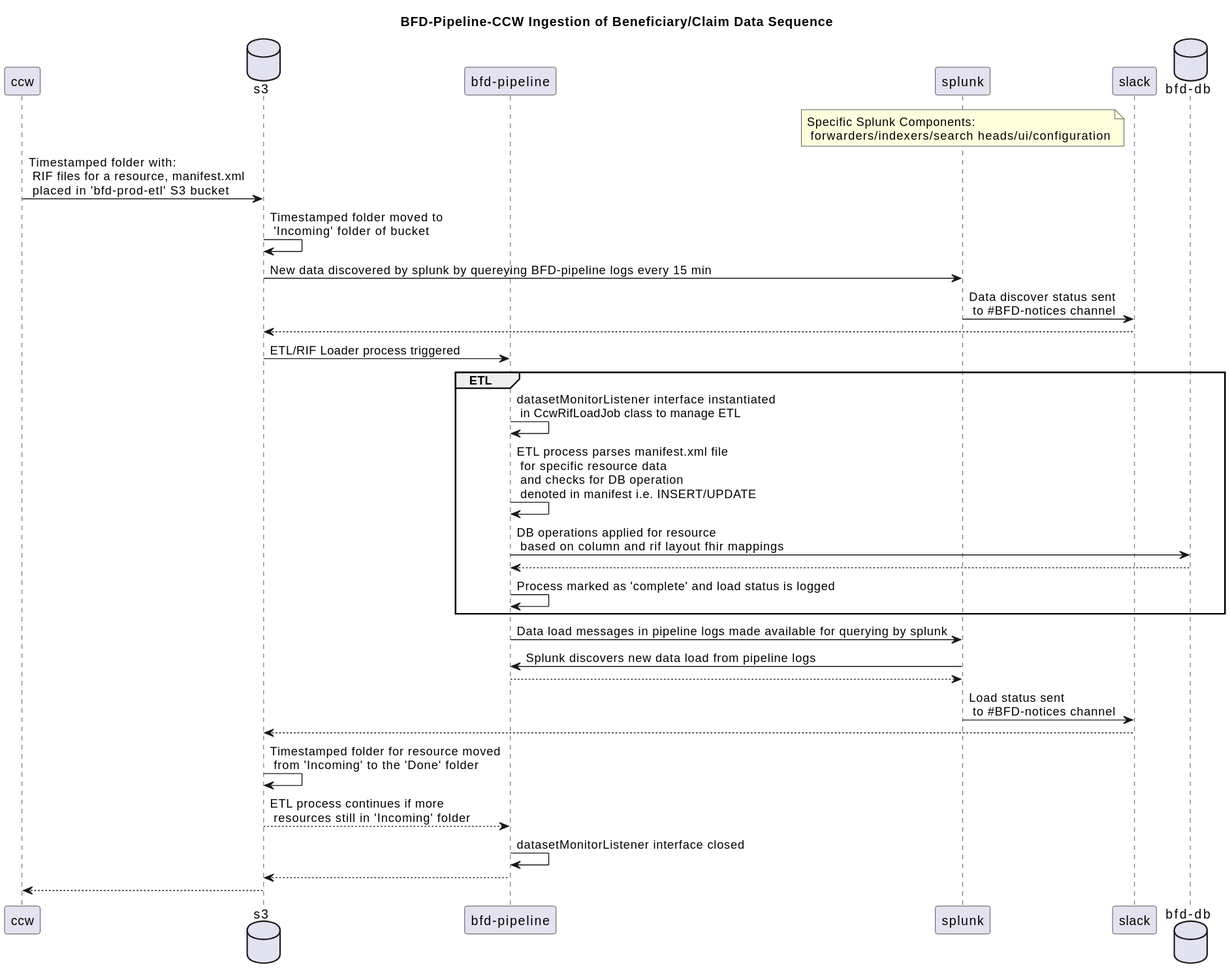
Earlier version of the PlantUML export docs/assets/fhir-resource-ingestion-digestion-diagrams/bfd-pipeline-ccw-ingestion.svg (CMSgov/beneficiary-fhir-data).
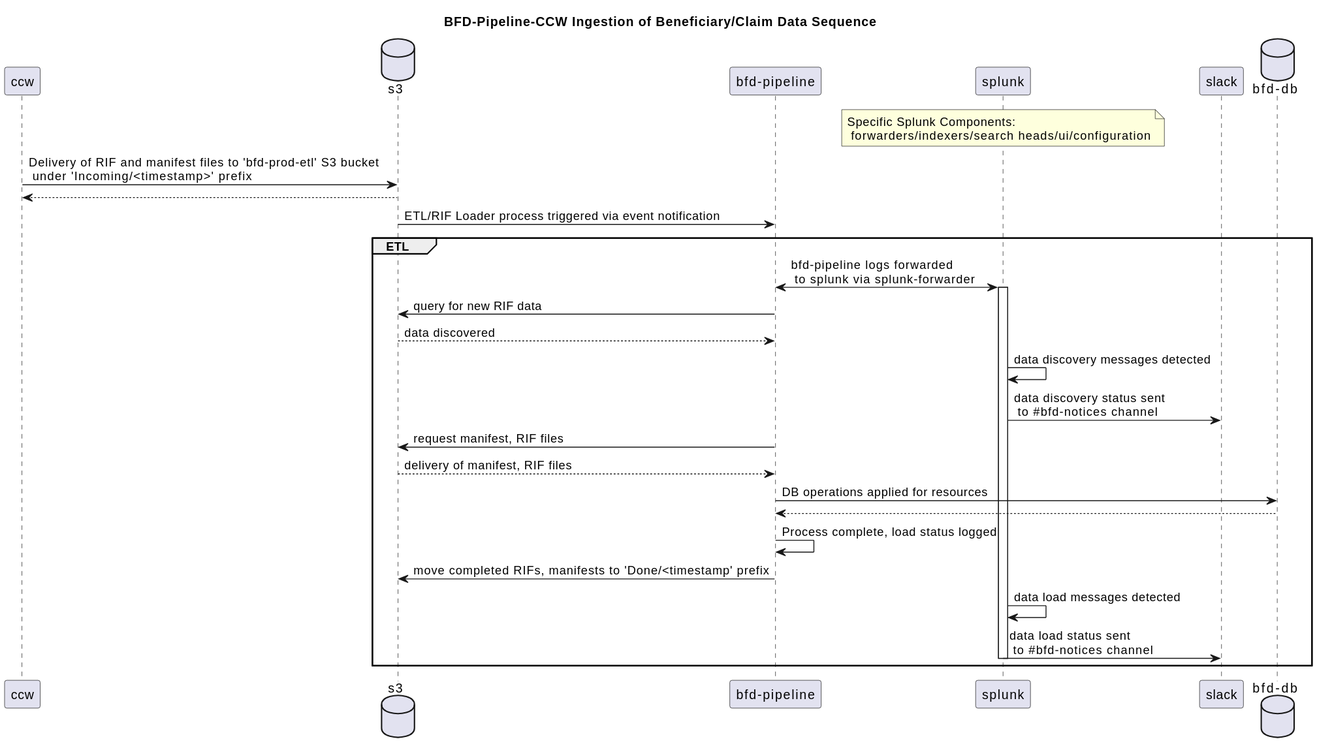
The same diagram one commit later.

Commit message:
update ccw diagram for accuracy and simplicity

What changed in the source:
```diff
@@ -7,27 +7,24 @@
 note over splunk: Specific Splunk Components: \n forwarders/indexers/search heads/ui/configuration
 participant slack
 database "bfd-db"
-ccw -> s3: Timestamped folder with: \n RIF files for a resource, manifest.xml \n placed in 'bfd-prod-etl' S3 bucket
-s3 -> s3: Timestamped folder moved to \n 'Incoming' folder of bucket
-s3 -> splunk: New data discovered by splunk by quereying BFD-pipeline logs every 15 min
-splunk -> slack: Data discover status sent \n to #BFD-notices channel
-slack --> s3
-s3 -> "bfd-pipeline": ETL/RIF Loader process triggered
+ccw -> s3: Delivery of RIF and manifest files to 'bfd-prod-etl' S3 bucket \n under 'Incoming/<timestamp>' prefix
+s3 --> ccw
+s3 -> "bfd-pipeline": ETL/RIF Loader process triggered via event notification
 group ETL
-"bfd-pipeline" -> "bfd-pipeline": datasetMonitorListener interface instantiated \n in CcwRifLoadJob class to manage ETL
-"bfd-pipeline" -> "bfd-pipeline": ETL process parses manifest.xml file \n for specific resource data \n and checks for DB operation \n denoted  in manifest i.e. INSERT/UPDATE
-"bfd-pipeline" -> "bfd-db": DB operations applied for resource \n based on column and rif layout fhir mappings
+"bfd-pipeline" <-> splunk: bfd-pipeline logs forwarded \n to splunk via splunk-forwarder
+activate splunk
+"bfd-pipeline" -> s3: query for new RIF data
+s3 --> "bfd-pipeline": data discovered
+splunk -> splunk: data discovery messages detected
+splunk -> slack: data discovery status sent \n to #bfd-notices channel
+"bfd-pipeline" -> s3: request manifest, RIF files
+s3 --> "bfd-pipeline": delivery of manifest, RIF files
+"bfd-pipeline" -> "bfd-db": DB operations applied for resources
 "bfd-db" --> "bfd-pipeline"
-"bfd-pipeline" -> "bfd-pipeline": Process marked as 'complete' and load status is logged
+"bfd-pipeline" -> "bfd-pipeline": Process complete, load status logged
+"bfd-pipeline" -> s3: move completed RIFs, manifests to 'Done/<timestamp' prefix
+splunk -> splunk: data load messages detected
+splunk -> slack: data load status sent \n to #bfd-notices channel
+deactivate splunk
 end
-"bfd-pipeline" -> splunk: Data load messages in pipeline logs made available for querying by splunk
-splunk -> "bfd-pipeline": Splunk discovers new data load from pipeline logs
-"bfd-pipeline" --> splunk
-splunk -> slack: Load status sent \n to #BFD-notices channel
-slack --> s3
-s3 -> s3: Timestamped folder for resource moved \n from 'Incoming' to the 'Done' folder
-s3 --> "bfd-pipeline": ETL process continues if more \n resources still in 'Incoming' folder
-"bfd-pipeline" -> "bfd-pipeline": datasetMonitorListener interface closed
-"bfd-pipeline" --> s3
-s3--> ccw
 @enduml
```
